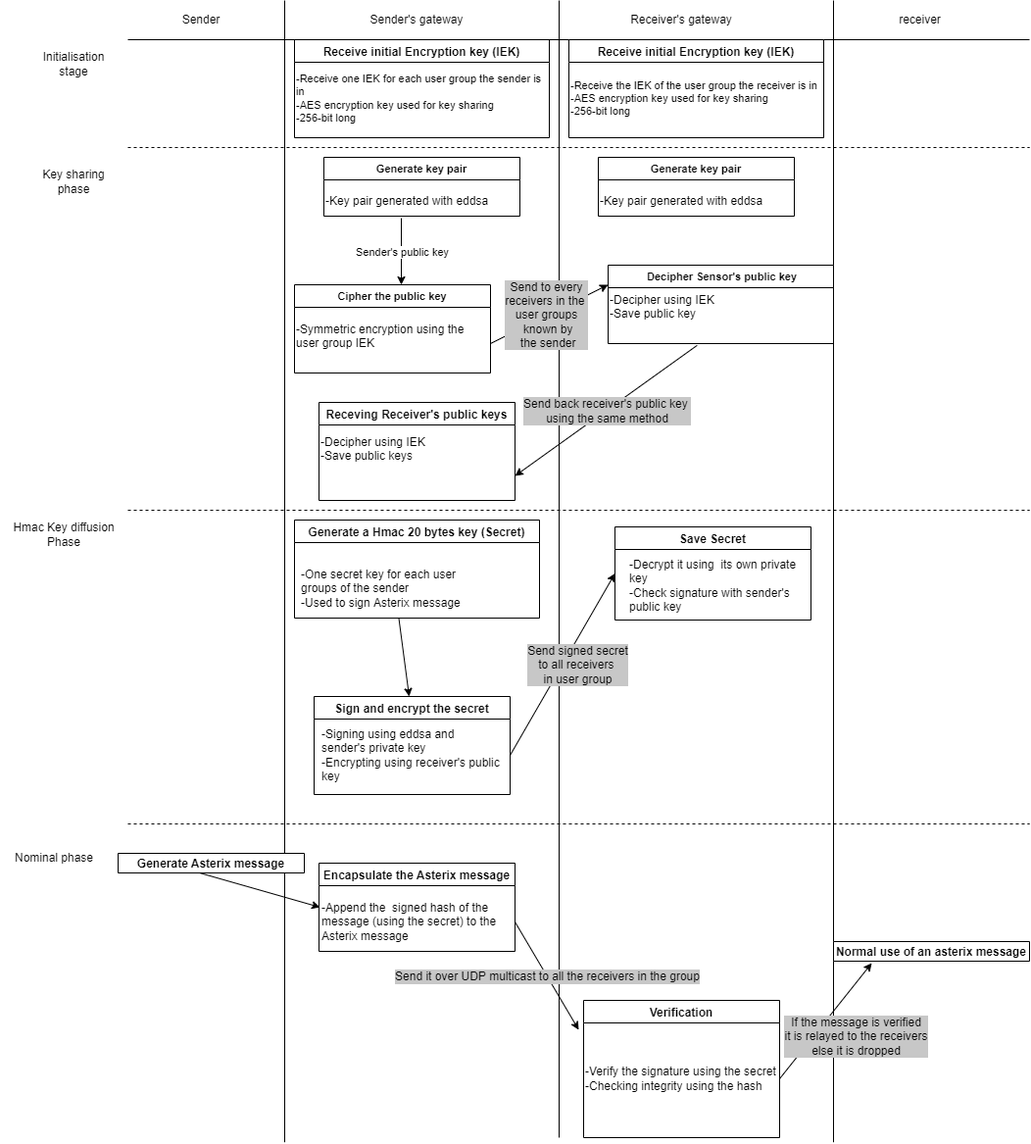
Earlier version of the draw.io export schema/AsterixPOCschema.drawio.png (KirrimK/ASTERIX_cat0_sec_layer). Source tidied: cells renumbered, new cells last; positions are measured from the earlier drawing's top-left corner, leaving out a move shared by most shapes.
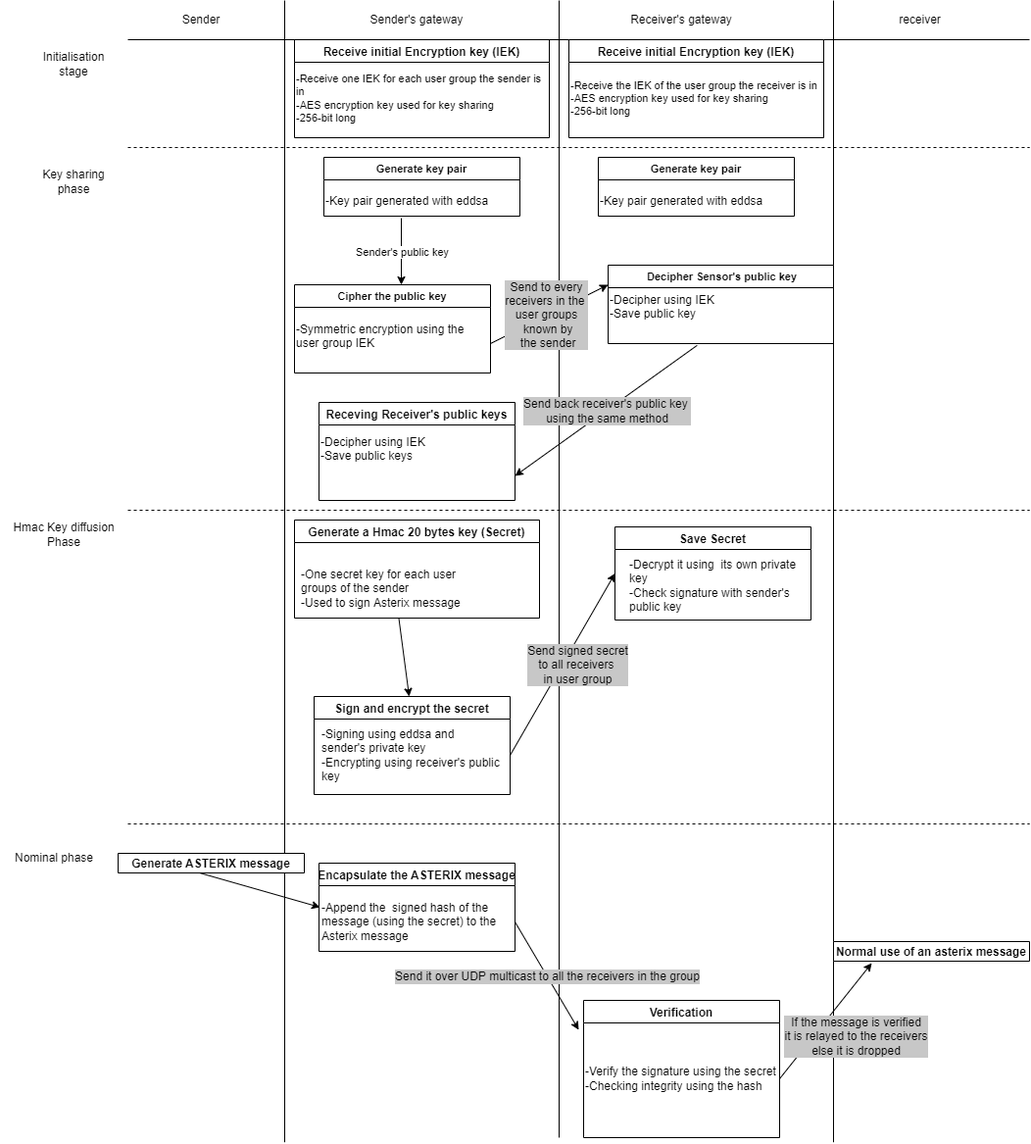
The same diagram one commit later.

Diff of the diagram source:
```diff
@@ -156,13 +156,13 @@
     <mxCell id="43" value="Nominal phase" style="text;html=1;strokeColor=none;fillColor=none;align=center;verticalAlign=middle;whiteSpace=wrap;rounded=0;labelBackgroundColor=#FFFFFF;fontSize=12;" parent="1" vertex="1">
       <mxGeometry y="860" width="110" height="30" as="geometry" />
     </mxCell>
-    <mxCell id="44" value="Generate Asterix message" style="swimlane;labelBackgroundColor=none;fontSize=12;" parent="1" vertex="1" collapsed="1">
+    <mxCell id="44" value="Generate ASTERIX message" style="swimlane;labelBackgroundColor=none;fontSize=12;startSize=23;" parent="1" vertex="1" collapsed="1">
       <mxGeometry x="120" y="870" width="190" height="20" as="geometry" />
     </mxCell>
     <mxCell id="45" style="endArrow=classic;html=1;rounded=0;fontSize=12;exitX=0.438;exitY=1;exitDx=0;exitDy=0;exitPerimeter=0;entryX=0;entryY=0.25;entryDx=0;entryDy=0;" parent="1" edge="1" source="44" target="47">
       <mxGeometry relative="1" as="geometry" />
     </mxCell>
-    <mxCell id="46" value="Encapsulate the Asterix message" style="swimlane;labelBackgroundColor=none;fontSize=12;" parent="1" vertex="1">
+    <mxCell id="46" value="Encapsulate the ASTERIX message" style="swimlane;labelBackgroundColor=none;fontSize=12;" parent="1" vertex="1">
       <mxGeometry x="325" y="880" width="200" height="90" as="geometry" />
     </mxCell>
     <mxCell id="47" value="&lt;div&gt;-Append the&amp;nbsp; signed hash of the message (using the secret) to the Asterix message&lt;/div&gt;" style="text;html=1;strokeColor=none;fillColor=none;align=left;verticalAlign=middle;whiteSpace=wrap;rounded=0;labelBackgroundColor=#FFFFFF;fontSize=12;" parent="46" vertex="1">
```
